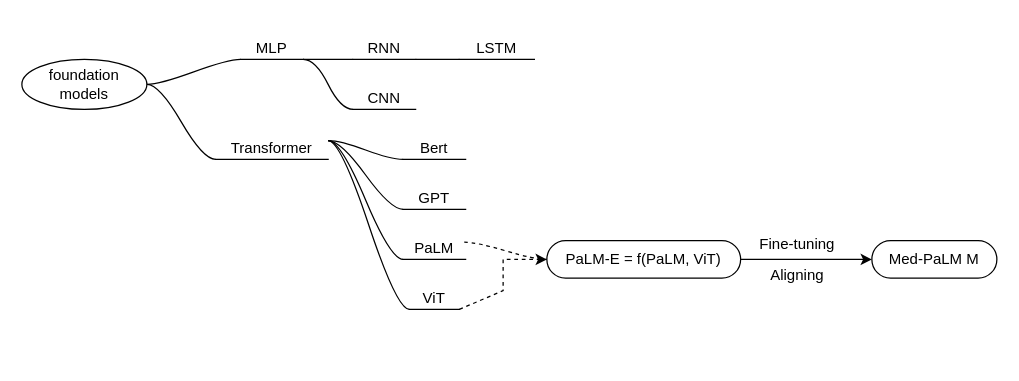
The draw.io diagram foundationmodels.drawio in dorbodwolf/AGI_LLM_NOTES, before the edit. Source tidied: cells renumbered, new cells numbered last; positions are measured from the earlier drawing's top-left corner, leaving out a move shared by most shapes. Both pictures are drawn from the tidied source at 125%, with x=0, y=0 at pixel (21, 21).
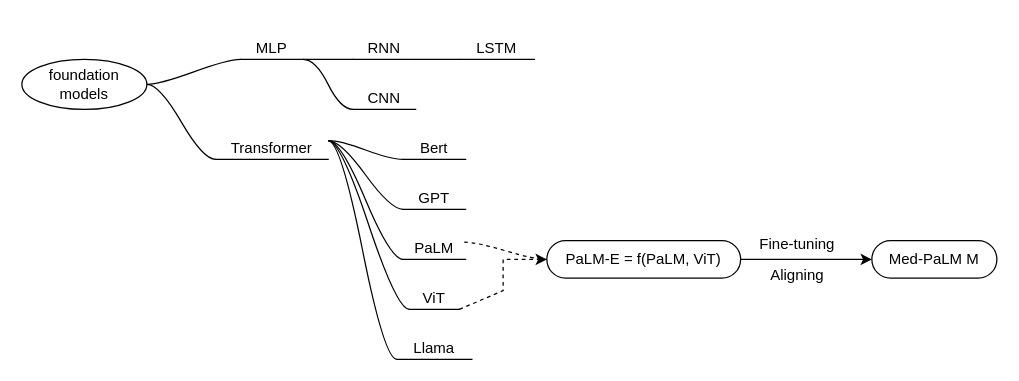
Above is the later version.

Unchanged cells that the change refers to:
```xml
<mxCell id="12" value="Transformer" style="whiteSpace=wrap;html=1;shape=partialRectangle;top=0;left=0;bottom=1;right=0;points=[[0,1],[1,1]];strokeColor=#000000;fillColor=none;align=center;verticalAlign=bottom;routingCenterY=0.5;snapToPoint=1;" parent="1" vertex="1">
  <mxGeometry x="155" y="80" width="90" height="30" as="geometry" />
</mxCell>
```

Change to the diagram source:
```diff
@@
+    <mxCell id="28" style="edgeStyle=entityRelationEdgeStyle;startArrow=none;endArrow=none;segment=10;curved=1;rounded=0;exitX=1;exitY=0.5;exitDx=0;exitDy=0;" parent="1" edge="1" source="12" target="29">
+      <mxGeometry relative="1" as="geometry" />
+    </mxCell>
+    <mxCell id="29" value="Llama" style="whiteSpace=wrap;html=1;shape=partialRectangle;top=0;left=0;bottom=1;right=0;points=[[0,1],[1,1]];strokeColor=#000000;fillColor=none;align=center;verticalAlign=bottom;routingCenterY=0.5;snapToPoint=1;" parent="1" vertex="1">
+      <mxGeometry x="300" y="240" width="60" height="30" as="geometry" />
+    </mxCell>
```
